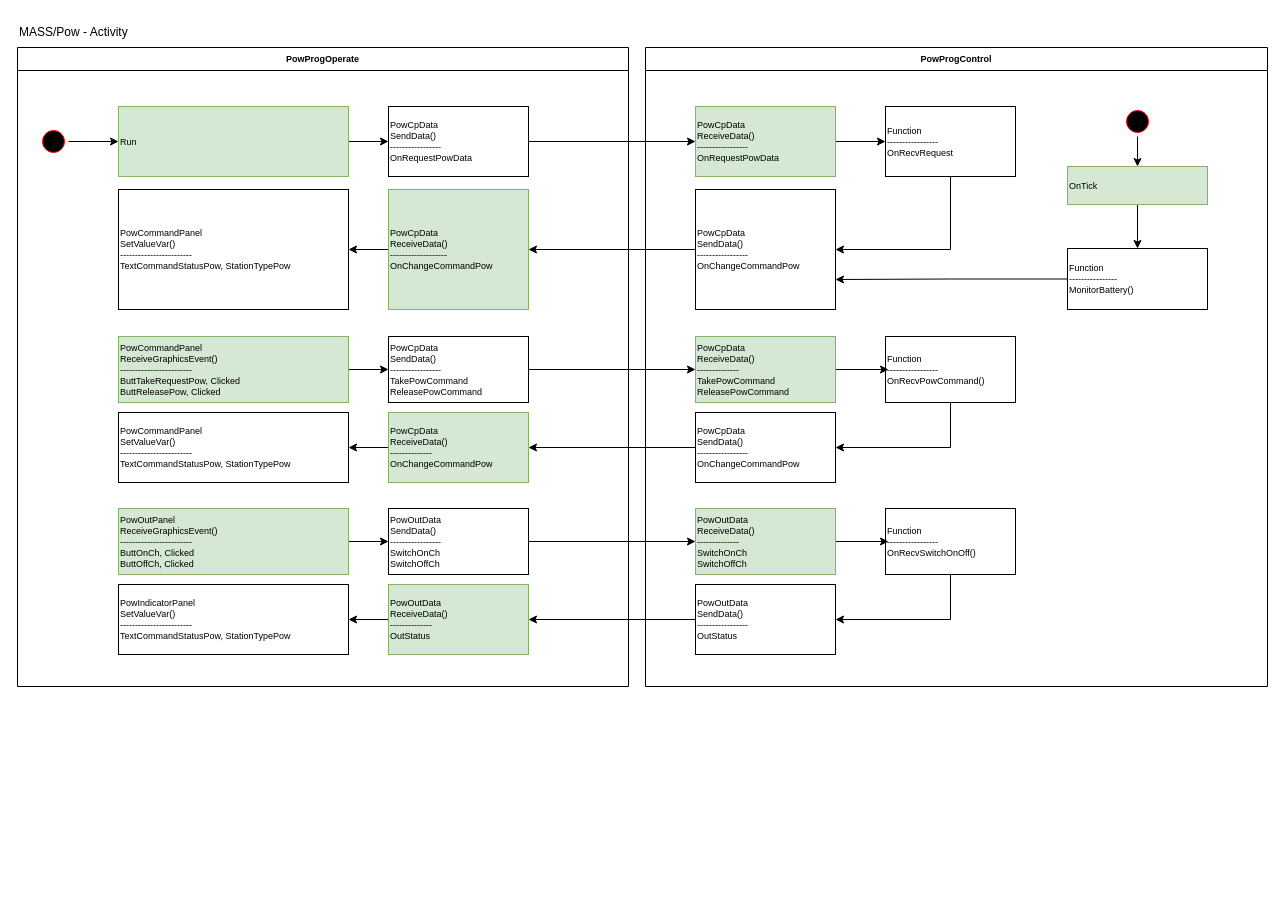
Earlier version of the draw.io diagram page "Pow" (4 of 8) of Schematics/MASS/MassSequenceModulesNetwork.drawio (open-mar/iostudio-modules). Source tidied: cells renumbered, new cells numbered last; positions are measured from the earlier drawing's top-left corner, leaving out a move shared by most shapes. Both pictures are drawn from the tidied source at 100%, with x=0, y=0 at pixel (17, 17).
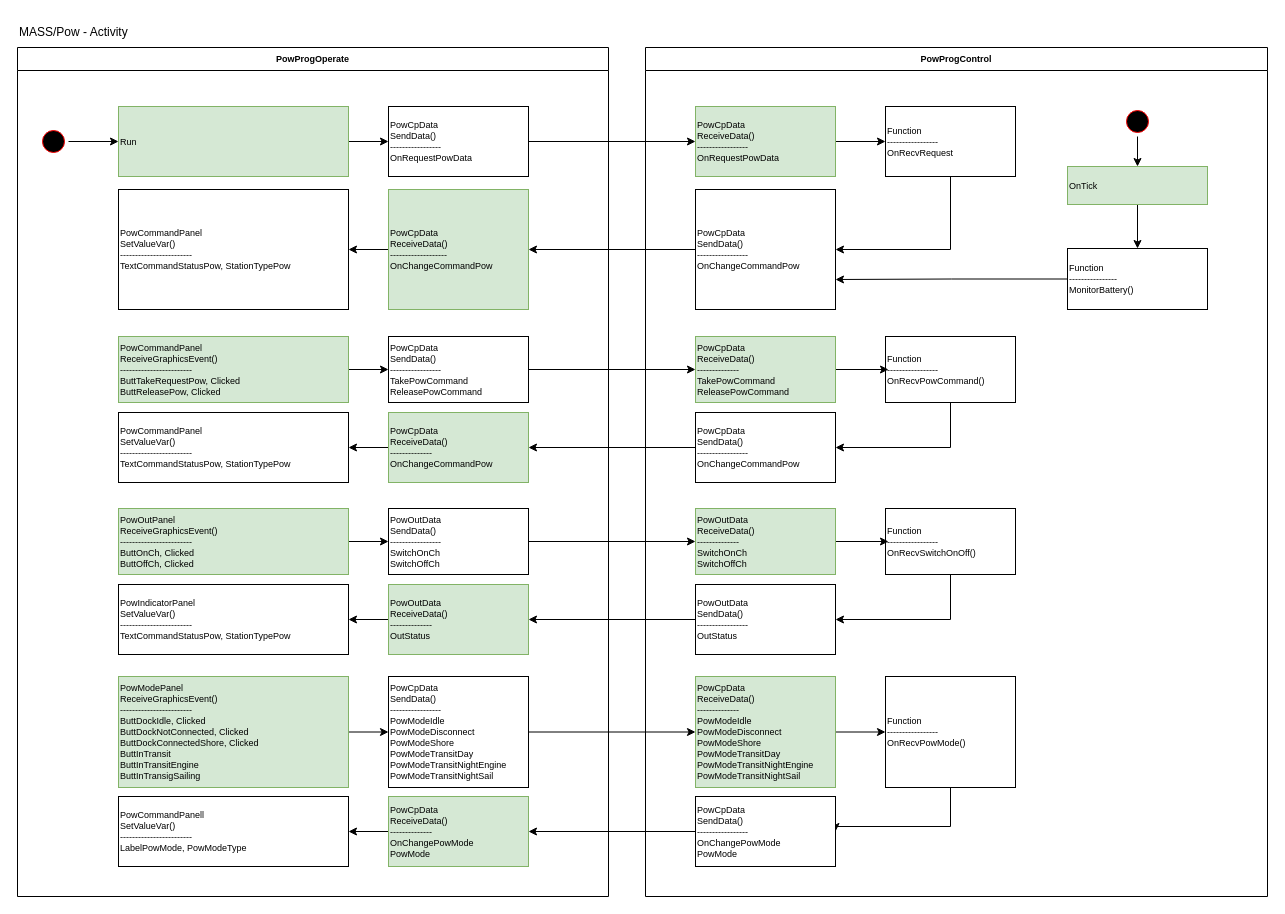
Above is the later version.

Change to the diagram source:
```diff
@@
     <mxCell id="3" value="PowProgOperate" style="swimlane;whiteSpace=wrap;fontSize=9;" parent="1" vertex="1">
-      <mxGeometry y="30" width="611" height="639" as="geometry" />
+      <mxGeometry y="30" width="591" height="849" as="geometry" />
     </mxCell>
@@
+    <mxCell id="52" style="edgeStyle=orthogonalEdgeStyle;rounded=0;jettySize=auto;html=1;entryX=0;entryY=0.5;entryDx=0;entryDy=0;" parent="3" edge="1" source="53" target="54">
+      <mxGeometry relative="1" as="geometry" />
+    </mxCell>
+    <mxCell id="53" value="PowModePanel&#10;ReceiveGraphicsEvent()&#10;------------------------&#10;ButtDockIdle, Clicked&#10;ButtDockNotConnected, Clicked&#10;ButtDockConnectedShore, Clicked&#10;ButtInTransit&#10;ButtInTransitEngine&#10;ButtInTransigSailing" style="align=left;fillColor=#d5e8d4;strokeColor=#82b366;fontSize=9;" parent="3" vertex="1">
+      <mxGeometry x="101" y="629" width="230" height="111" as="geometry" />
+    </mxCell>
+    <mxCell id="54" value="PowCpData&#10;SendData()&#10;-----------------&#10;PowModeIdle&#10;PowModeDisconnect&#10;PowModeShore&#10;PowModeTransitDay&#10;PowModeTransitNightEngine&#10;PowModeTransitNightSail" style="fontStyle=0;align=left;fontSize=9;" parent="3" vertex="1">
+      <mxGeometry x="371" y="629" width="140" height="111" as="geometry" />
+    </mxCell>
+    <mxCell id="55" style="edgeStyle=orthogonalEdgeStyle;rounded=0;jettySize=auto;html=1;entryX=1;entryY=0.5;entryDx=0;entryDy=0;" parent="3" edge="1" source="56" target="57">
+      <mxGeometry relative="1" as="geometry" />
+    </mxCell>
+    <mxCell id="56" value="PowCpData&#10;ReceiveData()&#10;--------------&#10;OnChangePowMode&#10;PowMode" style="align=left;fillColor=#d5e8d4;strokeColor=#82b366;fontSize=9;" parent="3" vertex="1">
+      <mxGeometry x="371" y="749" width="140" height="70" as="geometry" />
+    </mxCell>
+    <mxCell id="57" value="PowCommandPanell&#10;SetValueVar()&#10;------------------------&#10;LabelPowMode, PowModeType" style="align=left;fontSize=9;" parent="3" vertex="1">
+      <mxGeometry x="101" y="749" width="230" height="70" as="geometry" />
+    </mxCell>
+    <mxCell id="58" style="edgeStyle=orthogonalEdgeStyle;rounded=0;jettySize=auto;html=1;entryX=1;entryY=0.5;entryDx=0;entryDy=0;" parent="3" edge="1" source="59" target="62">
+      <mxGeometry relative="1" as="geometry">
+        <Array as="points">
+          <mxPoint x="933" y="779" />
+          <mxPoint x="818" y="779" />
+        </Array>
+      </mxGeometry>
+    </mxCell>
+    <mxCell id="59" value="Function&#10;-----------------&#10;OnRecvPowMode()" style="fontStyle=0;align=left;fontSize=9;" parent="3" vertex="1">
+      <mxGeometry x="868" y="629" width="130" height="111" as="geometry" />
+    </mxCell>
+    <mxCell id="60" style="edgeStyle=orthogonalEdgeStyle;rounded=0;jettySize=auto;html=1;" parent="3" edge="1" source="61" target="59">
+      <mxGeometry relative="1" as="geometry" />
+    </mxCell>
+    <mxCell id="61" value="PowCpData&#10;ReceiveData()&#10;--------------&#10;PowModeIdle&#10;PowModeDisconnect&#10;PowModeShore&#10;PowModeTransitDay&#10;PowModeTransitNightEngine&#10;PowModeTransitNightSail" style="align=left;fillColor=#d5e8d4;strokeColor=#82b366;fontSize=9;" parent="3" vertex="1">
+      <mxGeometry x="678" y="629" width="140" height="111" as="geometry" />
+    </mxCell>
+    <mxCell id="62" value="PowCpData&#10;SendData()&#10;-----------------&#10;OnChangePowMode&#10;PowMode" style="fontStyle=0;align=left;fontSize=9;" parent="3" vertex="1">
+      <mxGeometry x="678" y="749" width="140" height="70" as="geometry" />
+    </mxCell>
+    <mxCell id="63" style="edgeStyle=orthogonalEdgeStyle;rounded=0;jettySize=auto;html=1;entryX=0;entryY=0.5;entryDx=0;entryDy=0;" parent="3" edge="1" source="54" target="61">
+      <mxGeometry relative="1" as="geometry" />
+    </mxCell>
+    <mxCell id="64" style="edgeStyle=orthogonalEdgeStyle;rounded=0;jettySize=auto;html=1;entryX=1;entryY=0.5;entryDx=0;entryDy=0;" parent="3" edge="1" source="62" target="56">
+      <mxGeometry relative="1" as="geometry" />
+    </mxCell>
     <mxCell id="31" value="PowProgControl" style="swimlane;whiteSpace=wrap;fontSize=9;" parent="1" vertex="1">
-      <mxGeometry x="628" y="30" width="622" height="639" as="geometry" />
+      <mxGeometry x="628" y="30" width="622" height="849" as="geometry" />
     </mxCell>
```
